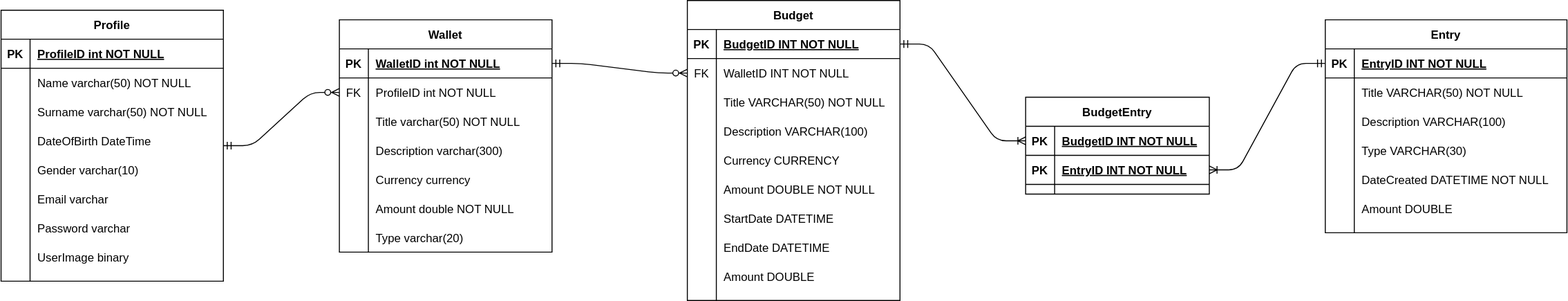
Earlier version of the draw.io export Documentation/Database/Database Design.svg (MasungaST/MoneyContour). Source tidied: cells renumbered, new cells last; positions are measured from the earlier drawing's top-left corner, leaving out a move shared by most shapes.
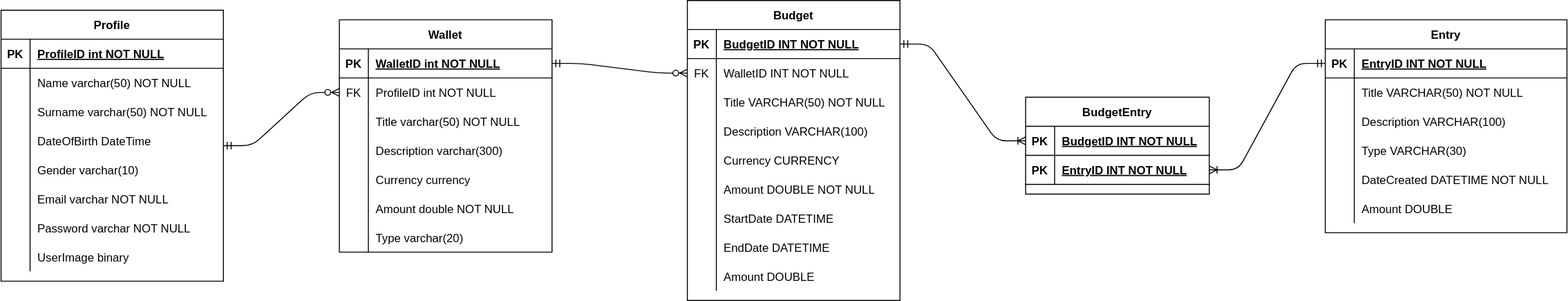
After the commit.

Change to the diagram source:
```diff
@@ -56,7 +56,7 @@
     <mxCell id="19" style="shape=partialRectangle;overflow=hidden;fillColor=none;top=0;left=0;bottom=0;right=0;" parent="18" vertex="1">
       <mxGeometry width="30" height="30" as="geometry" />
     </mxCell>
-    <mxCell id="20" value="Email varchar" style="shape=partialRectangle;overflow=hidden;fillColor=none;top=0;left=0;bottom=0;right=0;align=left;spacingLeft=6;" parent="18" vertex="1">
+    <mxCell id="20" value="Email varchar NOT NULL" style="shape=partialRectangle;overflow=hidden;fillColor=none;top=0;left=0;bottom=0;right=0;align=left;spacingLeft=6;" parent="18" vertex="1">
       <mxGeometry x="30" width="200" height="30" as="geometry" />
     </mxCell>
     <mxCell id="21" style="shape=partialRectangle;fillColor=none;top=0;left=0;right=0;bottom=0;" parent="2" vertex="1">
@@ -65,7 +65,7 @@
     <mxCell id="22" style="shape=partialRectangle;overflow=hidden;fillColor=none;top=0;left=0;bottom=0;right=0;" parent="21" vertex="1">
       <mxGeometry width="30" height="30" as="geometry" />
     </mxCell>
-    <mxCell id="23" value="Password varchar" style="shape=partialRectangle;overflow=hidden;fillColor=none;top=0;left=0;bottom=0;right=0;align=left;spacingLeft=6;" parent="21" vertex="1">
+    <mxCell id="23" value="Password varchar NOT NULL" style="shape=partialRectangle;overflow=hidden;fillColor=none;top=0;left=0;bottom=0;right=0;align=left;spacingLeft=6;" parent="21" vertex="1">
       <mxGeometry x="30" width="200" height="30" as="geometry" />
     </mxCell>
     <mxCell id="24" style="shape=partialRectangle;fillColor=none;top=0;left=0;right=0;bottom=0;" parent="2" vertex="1">
```
